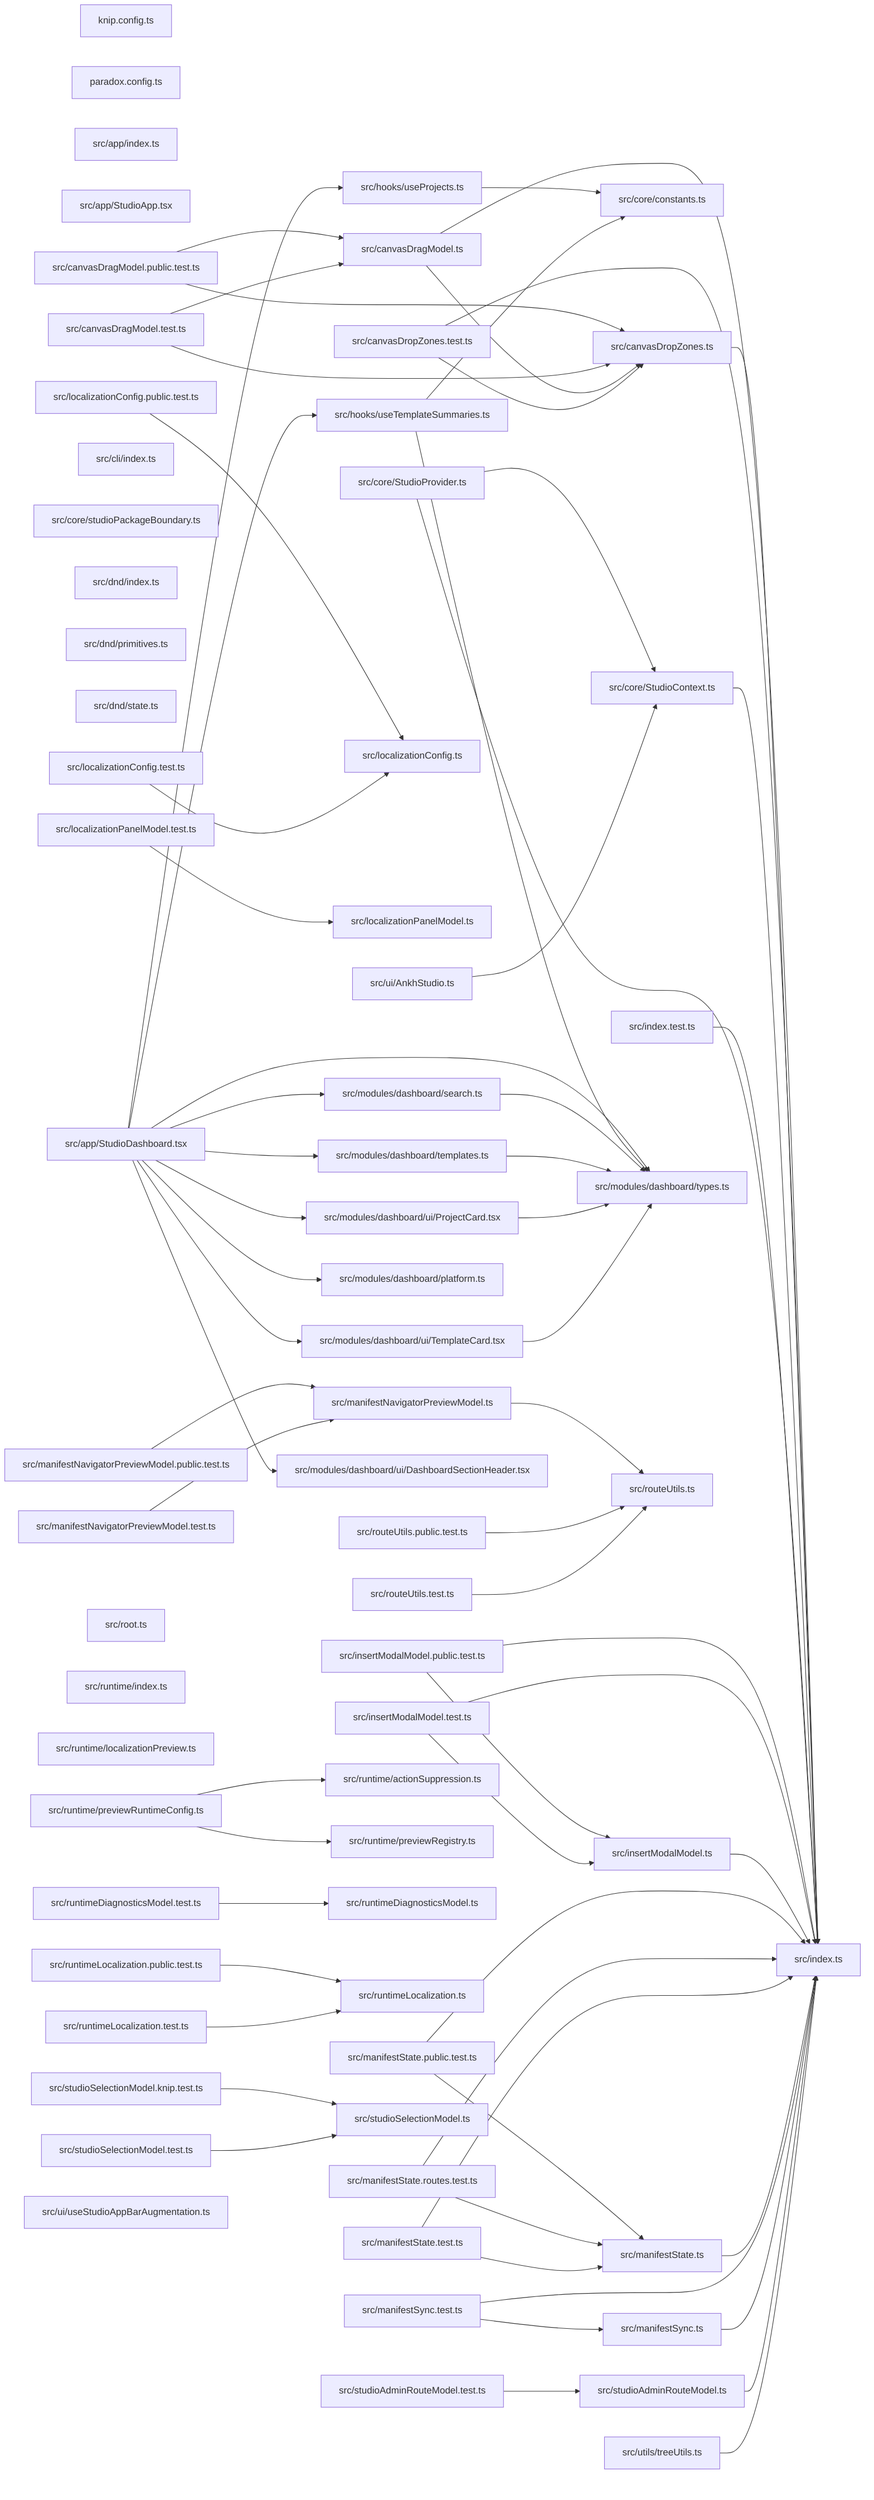
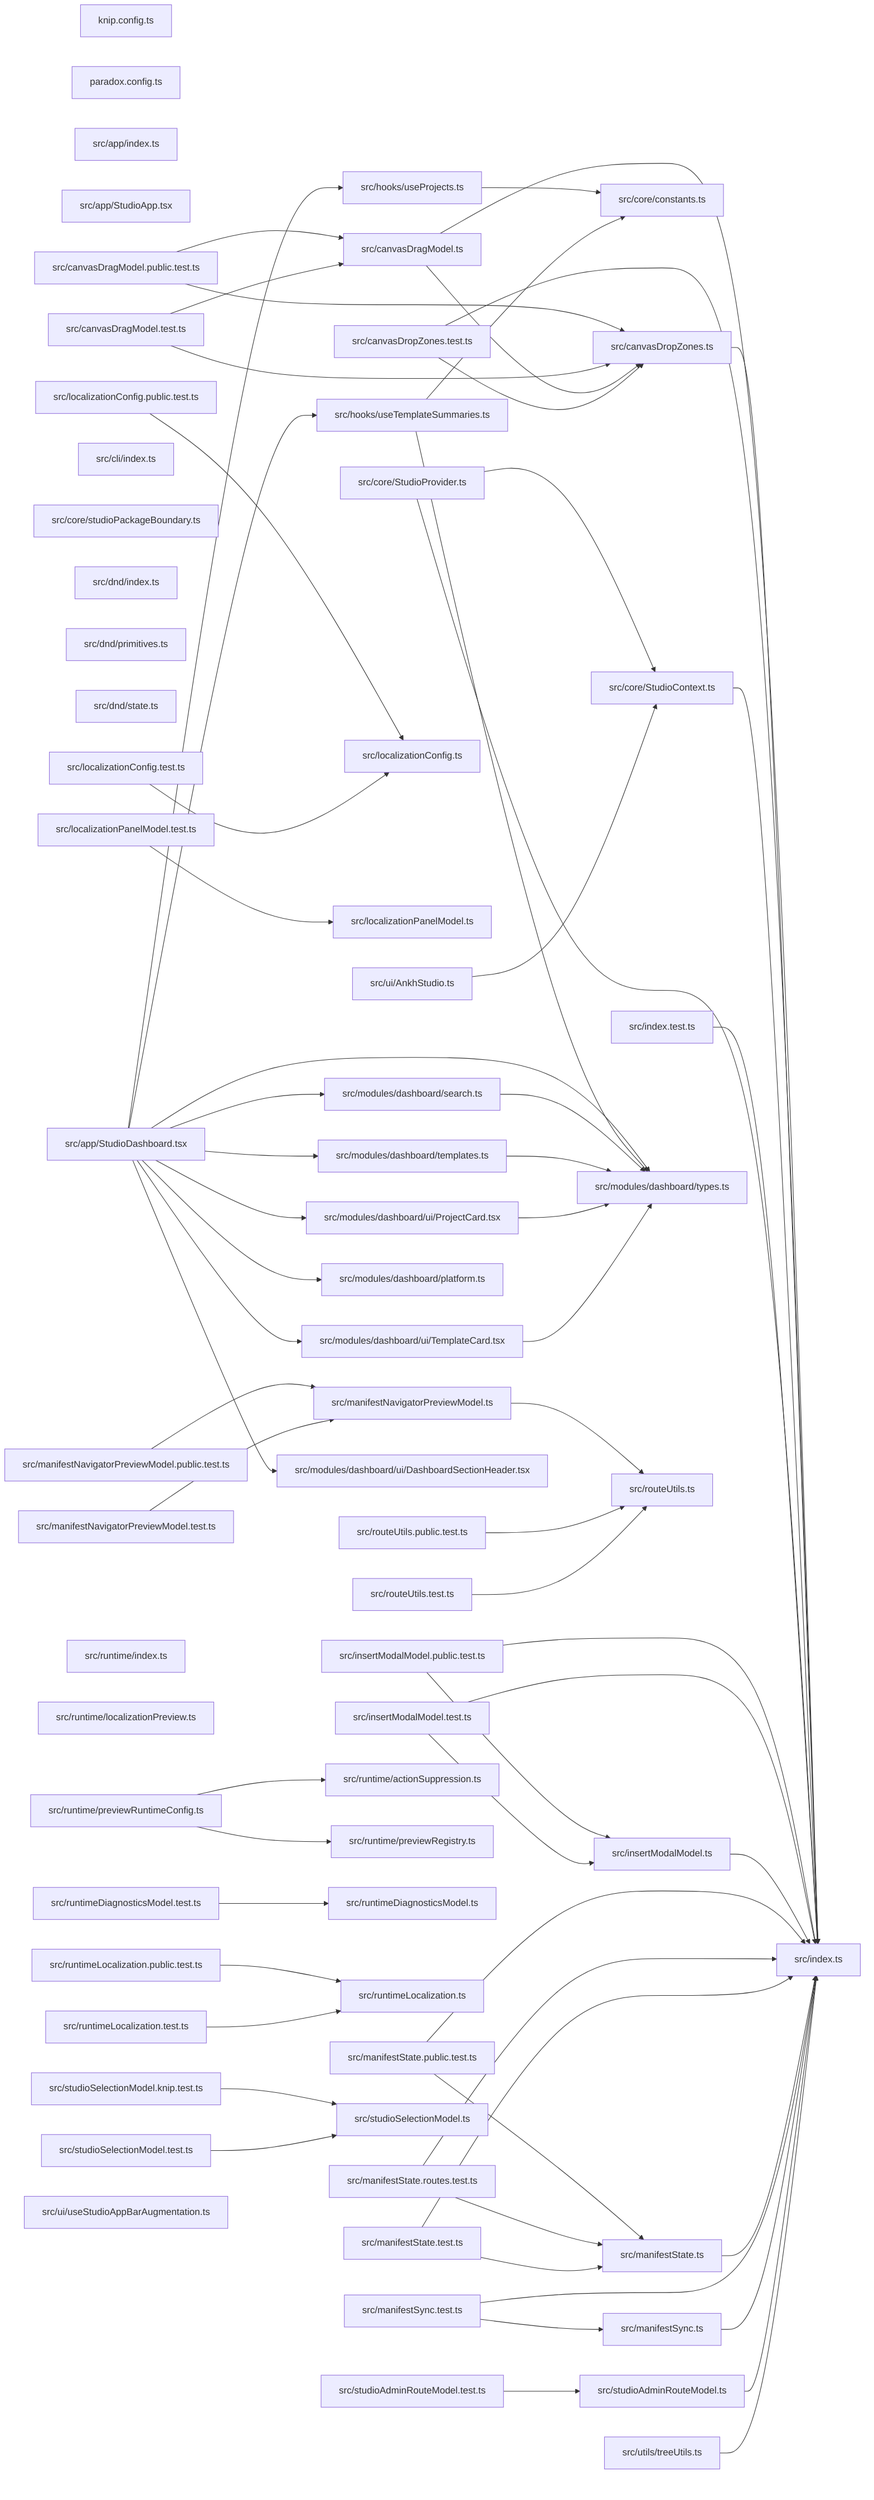
graph LR
  module_knip_config_ts["knip.config.ts"]
  module_paradox_config_ts["paradox.config.ts"]
  module_src_app_index_ts["src/app/index.ts"]
  module_src_app_StudioApp_tsx["src/app/StudioApp.tsx"]
  module_src_app_StudioDashboard_tsx["src/app/StudioDashboard.tsx"]
  module_src_canvasDragModel_public_test_ts["src/canvasDragModel.public.test.ts"]
  module_src_canvasDragModel_test_ts["src/canvasDragModel.test.ts"]
  module_src_canvasDragModel_ts["src/canvasDragModel.ts"]
  module_src_canvasDropZones_test_ts["src/canvasDropZones.test.ts"]
  module_src_canvasDropZones_ts["src/canvasDropZones.ts"]
  module_src_cli_index_ts["src/cli/index.ts"]
  module_src_core_constants_ts["src/core/constants.ts"]
  module_src_core_StudioContext_ts["src/core/StudioContext.ts"]
  module_src_core_studioPackageBoundary_ts["src/core/studioPackageBoundary.ts"]
  module_src_core_StudioProvider_ts["src/core/StudioProvider.ts"]
  module_src_dnd_index_ts["src/dnd/index.ts"]
  module_src_dnd_primitives_ts["src/dnd/primitives.ts"]
  module_src_dnd_state_ts["src/dnd/state.ts"]
  module_src_hooks_useProjects_ts["src/hooks/useProjects.ts"]
  module_src_hooks_useTemplateSummaries_ts["src/hooks/useTemplateSummaries.ts"]
  module_src_index_test_ts["src/index.test.ts"]
  module_src_index_ts["src/index.ts"]
  module_src_insertModalModel_public_test_ts["src/insertModalModel.public.test.ts"]
  module_src_insertModalModel_test_ts["src/insertModalModel.test.ts"]
  module_src_insertModalModel_ts["src/insertModalModel.ts"]
  module_src_localizationConfig_public_test_ts["src/localizationConfig.public.test.ts"]
  module_src_localizationConfig_test_ts["src/localizationConfig.test.ts"]
  module_src_localizationConfig_ts["src/localizationConfig.ts"]
  module_src_localizationPanelModel_test_ts["src/localizationPanelModel.test.ts"]
  module_src_localizationPanelModel_ts["src/localizationPanelModel.ts"]
  module_src_manifestNavigatorPreviewModel_public_test_ts["src/manifestNavigatorPreviewModel.public.test.ts"]
  module_src_manifestNavigatorPreviewModel_test_ts["src/manifestNavigatorPreviewModel.test.ts"]
  module_src_manifestNavigatorPreviewModel_ts["src/manifestNavigatorPreviewModel.ts"]
  module_src_manifestState_public_test_ts["src/manifestState.public.test.ts"]
  module_src_manifestState_routes_test_ts["src/manifestState.routes.test.ts"]
  module_src_manifestState_test_ts["src/manifestState.test.ts"]
  module_src_manifestState_ts["src/manifestState.ts"]
  module_src_manifestSync_test_ts["src/manifestSync.test.ts"]
  module_src_manifestSync_ts["src/manifestSync.ts"]
  module_src_modules_dashboard_platform_ts["src/modules/dashboard/platform.ts"]
  module_src_modules_dashboard_search_ts["src/modules/dashboard/search.ts"]
  module_src_modules_dashboard_templates_ts["src/modules/dashboard/templates.ts"]
  module_src_modules_dashboard_types_ts["src/modules/dashboard/types.ts"]
  module_src_modules_dashboard_ui_DashboardSectionHeader_tsx["src/modules/dashboard/ui/DashboardSectionHeader.tsx"]
  module_src_modules_dashboard_ui_ProjectCard_tsx["src/modules/dashboard/ui/ProjectCard.tsx"]
  module_src_modules_dashboard_ui_TemplateCard_tsx["src/modules/dashboard/ui/TemplateCard.tsx"]
-   module_src_root_ts["src/root.ts"]
  module_src_routeUtils_public_test_ts["src/routeUtils.public.test.ts"]
  module_src_routeUtils_test_ts["src/routeUtils.test.ts"]
  module_src_routeUtils_ts["src/routeUtils.ts"]
  module_src_runtime_actionSuppression_ts["src/runtime/actionSuppression.ts"]
  module_src_runtime_index_ts["src/runtime/index.ts"]
  module_src_runtime_localizationPreview_ts["src/runtime/localizationPreview.ts"]
  module_src_runtime_previewRegistry_ts["src/runtime/previewRegistry.ts"]
  module_src_runtime_previewRuntimeConfig_ts["src/runtime/previewRuntimeConfig.ts"]
  module_src_runtimeDiagnosticsModel_test_ts["src/runtimeDiagnosticsModel.test.ts"]
  module_src_runtimeDiagnosticsModel_ts["src/runtimeDiagnosticsModel.ts"]
  module_src_runtimeLocalization_public_test_ts["src/runtimeLocalization.public.test.ts"]
  module_src_runtimeLocalization_test_ts["src/runtimeLocalization.test.ts"]
  module_src_runtimeLocalization_ts["src/runtimeLocalization.ts"]
  module_src_studioAdminRouteModel_test_ts["src/studioAdminRouteModel.test.ts"]
  module_src_studioAdminRouteModel_ts["src/studioAdminRouteModel.ts"]
  module_src_studioSelectionModel_knip_test_ts["src/studioSelectionModel.knip.test.ts"]
  module_src_studioSelectionModel_test_ts["src/studioSelectionModel.test.ts"]
  module_src_studioSelectionModel_ts["src/studioSelectionModel.ts"]
  module_src_ui_AnkhStudio_ts["src/ui/AnkhStudio.ts"]
  module_src_ui_useStudioAppBarAugmentation_ts["src/ui/useStudioAppBarAugmentation.ts"]
  module_src_utils_treeUtils_ts["src/utils/treeUtils.ts"]
  module_src_app_StudioDashboard_tsx --> module_src_hooks_useProjects_ts
  module_src_app_StudioDashboard_tsx --> module_src_hooks_useTemplateSummaries_ts
  module_src_app_StudioDashboard_tsx --> module_src_modules_dashboard_platform_ts
  module_src_app_StudioDashboard_tsx --> module_src_modules_dashboard_search_ts
  module_src_app_StudioDashboard_tsx --> module_src_modules_dashboard_templates_ts
  module_src_app_StudioDashboard_tsx --> module_src_modules_dashboard_types_ts
  module_src_app_StudioDashboard_tsx --> module_src_modules_dashboard_ui_DashboardSectionHeader_tsx
  module_src_app_StudioDashboard_tsx --> module_src_modules_dashboard_ui_ProjectCard_tsx
  module_src_app_StudioDashboard_tsx --> module_src_modules_dashboard_ui_TemplateCard_tsx
  module_src_canvasDragModel_public_test_ts --> module_src_canvasDragModel_ts
  module_src_canvasDragModel_public_test_ts --> module_src_canvasDropZones_ts
  module_src_canvasDragModel_test_ts --> module_src_canvasDragModel_ts
  module_src_canvasDragModel_test_ts --> module_src_canvasDropZones_ts
  module_src_canvasDragModel_ts --> module_src_canvasDropZones_ts
  module_src_canvasDragModel_ts --> module_src_index_ts
  module_src_canvasDropZones_test_ts --> module_src_canvasDropZones_ts
  module_src_canvasDropZones_test_ts --> module_src_index_ts
  module_src_canvasDropZones_ts --> module_src_index_ts
  module_src_core_StudioContext_ts --> module_src_index_ts
  module_src_core_StudioProvider_ts --> module_src_core_StudioContext_ts
  module_src_core_StudioProvider_ts --> module_src_index_ts
  module_src_hooks_useProjects_ts --> module_src_core_constants_ts
  module_src_hooks_useTemplateSummaries_ts --> module_src_core_constants_ts
  module_src_hooks_useTemplateSummaries_ts --> module_src_modules_dashboard_types_ts
  module_src_index_test_ts --> module_src_index_ts
  module_src_insertModalModel_public_test_ts --> module_src_index_ts
  module_src_insertModalModel_public_test_ts --> module_src_insertModalModel_ts
  module_src_insertModalModel_test_ts --> module_src_index_ts
  module_src_insertModalModel_test_ts --> module_src_insertModalModel_ts
  module_src_insertModalModel_ts --> module_src_index_ts
  module_src_localizationConfig_public_test_ts --> module_src_localizationConfig_ts
  module_src_localizationConfig_test_ts --> module_src_localizationConfig_ts
  module_src_localizationPanelModel_test_ts --> module_src_localizationPanelModel_ts
  module_src_manifestNavigatorPreviewModel_public_test_ts --> module_src_manifestNavigatorPreviewModel_ts
  module_src_manifestNavigatorPreviewModel_test_ts --> module_src_manifestNavigatorPreviewModel_ts
  module_src_manifestNavigatorPreviewModel_ts --> module_src_routeUtils_ts
  module_src_manifestState_public_test_ts --> module_src_index_ts
  module_src_manifestState_public_test_ts --> module_src_manifestState_ts
  module_src_manifestState_routes_test_ts --> module_src_index_ts
  module_src_manifestState_routes_test_ts --> module_src_manifestState_ts
  module_src_manifestState_test_ts --> module_src_index_ts
  module_src_manifestState_test_ts --> module_src_manifestState_ts
  module_src_manifestState_ts --> module_src_index_ts
  module_src_manifestSync_test_ts --> module_src_index_ts
  module_src_manifestSync_test_ts --> module_src_manifestSync_ts
  module_src_manifestSync_ts --> module_src_index_ts
  module_src_modules_dashboard_search_ts --> module_src_modules_dashboard_types_ts
  module_src_modules_dashboard_templates_ts --> module_src_modules_dashboard_types_ts
  module_src_modules_dashboard_ui_ProjectCard_tsx --> module_src_modules_dashboard_types_ts
  module_src_modules_dashboard_ui_TemplateCard_tsx --> module_src_modules_dashboard_types_ts
  module_src_routeUtils_public_test_ts --> module_src_routeUtils_ts
  module_src_routeUtils_test_ts --> module_src_routeUtils_ts
  module_src_runtime_previewRuntimeConfig_ts --> module_src_runtime_actionSuppression_ts
  module_src_runtime_previewRuntimeConfig_ts --> module_src_runtime_previewRegistry_ts
  module_src_runtimeDiagnosticsModel_test_ts --> module_src_runtimeDiagnosticsModel_ts
  module_src_runtimeLocalization_public_test_ts --> module_src_runtimeLocalization_ts
  module_src_runtimeLocalization_test_ts --> module_src_runtimeLocalization_ts
  module_src_studioAdminRouteModel_test_ts --> module_src_studioAdminRouteModel_ts
  module_src_studioAdminRouteModel_ts --> module_src_index_ts
  module_src_studioSelectionModel_knip_test_ts --> module_src_studioSelectionModel_ts
  module_src_studioSelectionModel_test_ts --> module_src_studioSelectionModel_ts
  module_src_ui_AnkhStudio_ts --> module_src_core_StudioContext_ts
  module_src_utils_treeUtils_ts --> module_src_index_ts
